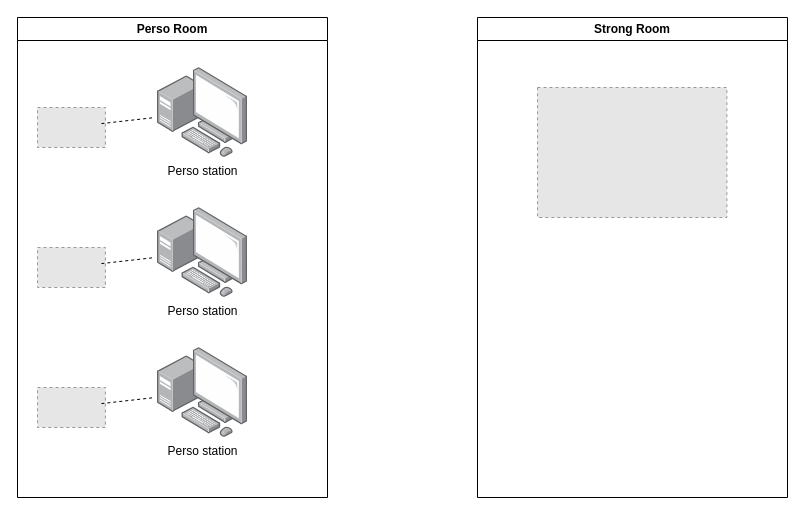
Above: page "perso card" (2 of 2) of แบบแผนที่ยังไม่ได้ตั้งชื่อ.drawio in delphihero/MyDocument (draw.io), before the change. Source tidied: cells renumbered, new cells numbered last; positions are measured from the earlier drawing's top-left corner, leaving out a move shared by most shapes. Both pictures are drawn from the tidied source at 100%, with x=0, y=0 at pixel (17, 17). Pictures stored in the file or linked from it are replaced by grey dashed boxes.
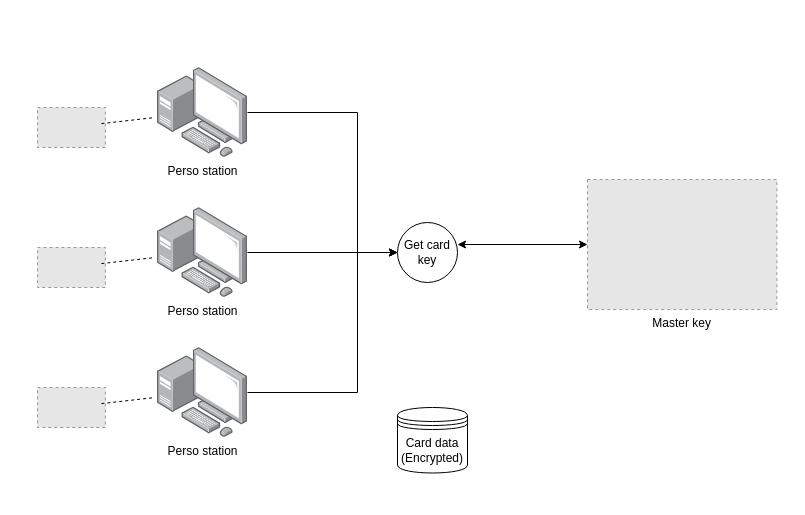
Above is the later version.

Unchanged cells that the change refers to:
```xml
<mxCell id="3" value="Perso station" style="points=[];html=1;align=center;shadow=0;dashed=0;image;image=img/lib/allied_telesis/computer_and_terminals/Personal_Computer_with_Server.svg;strokeColor=#3333FF;fillColor=#99FF99;" parent="2" vertex="1">
  <mxGeometry x="120" width="90" height="90" as="geometry" />
</mxCell>
<mxCell id="7" value="Perso station" style="points=[];html=1;align=center;shadow=0;dashed=0;image;image=img/lib/allied_telesis/computer_and_terminals/Personal_Computer_with_Server.svg;strokeColor=#3333FF;fillColor=#99FF99;" parent="6" vertex="1">
  <mxGeometry x="120" width="90" height="90" as="geometry" />
</mxCell>
<mxCell id="11" value="Perso station" style="points=[];html=1;align=center;shadow=0;dashed=0;image;image=img/lib/allied_telesis/computer_and_terminals/Personal_Computer_with_Server.svg;strokeColor=#3333FF;fillColor=#99FF99;" parent="10" vertex="1">
  <mxGeometry x="120" width="90" height="90" as="geometry" />
</mxCell>
```

Diff of the diagram source:
```diff
@@
-    <mxCell id="14" value="Strong Room" style="swimlane;whiteSpace=wrap;html=1;" parent="1" vertex="1">
-      <mxGeometry x="460" width="310" height="480" as="geometry" />
-    </mxCell>
+    <mxCell id="17" style="edgeStyle=orthogonalEdgeStyle;rounded=0;jettySize=auto;html=1;entryX=0;entryY=0.5;entryDx=0;entryDy=0;" parent="1" edge="1" source="3" target="18">
+      <mxGeometry relative="1" as="geometry">
+        <Array as="points">
+          <mxPoint x="340" y="95" />
+          <mxPoint x="340" y="235" />
+        </Array>
+      </mxGeometry>
+    </mxCell>
+    <mxCell id="18" value="&lt;div&gt;Get card key&lt;br&gt;&lt;/div&gt;" style="ellipse;whiteSpace=wrap;html=1;" parent="1" vertex="1">
+      <mxGeometry x="380" y="205" width="60" height="60" as="geometry" />
+    </mxCell>
+    <mxCell id="19" style="edgeStyle=orthogonalEdgeStyle;rounded=0;jettySize=auto;html=1;entryX=0;entryY=0.5;entryDx=0;entryDy=0;" parent="1" edge="1" source="7" target="18">
+      <mxGeometry relative="1" as="geometry" />
+    </mxCell>
+    <mxCell id="20" style="edgeStyle=orthogonalEdgeStyle;rounded=0;jettySize=auto;html=1;entryX=0;entryY=0.5;entryDx=0;entryDy=0;" parent="1" edge="1" source="11" target="18">
+      <mxGeometry relative="1" as="geometry">
+        <Array as="points">
+          <mxPoint x="340" y="375" />
+          <mxPoint x="340" y="235" />
+        </Array>
+      </mxGeometry>
+    </mxCell>
-    <mxCell id="15" style="fillColor=#E6E6E6;strokeColor=#999999;dashed=1;verticalLabelPosition=bottom;labelBackgroundColor=default;verticalAlign=top;" parent="14" vertex="1">
-      <mxGeometry x="60" y="70" width="189.4" height="130" as="geometry" />
+    <mxCell id="15" value="Master key" style="fillColor=#E6E6E6;strokeColor=#999999;dashed=1;verticalLabelPosition=bottom;labelBackgroundColor=default;verticalAlign=top;" parent="1" vertex="1">
+      <mxGeometry x="570" y="162" width="189.4" height="130" as="geometry" />
     </mxCell>
-    <mxCell id="16" value="Perso Room" style="swimlane;whiteSpace=wrap;html=1;" parent="1" vertex="1">
-      <mxGeometry width="310" height="480" as="geometry" />
-    </mxCell>
+    <mxCell id="21" value="&lt;div&gt;Card data&lt;/div&gt;&lt;div&gt;(Encrypted)&lt;br&gt;&lt;/div&gt;" style="shape=datastore;whiteSpace=wrap;html=1;fillColor=none;" parent="1" vertex="1">
+      <mxGeometry x="380" y="390" width="70" height="65.5" as="geometry" />
+    </mxCell>
+    <mxCell id="22" style="endArrow=classic;startArrow=classic;html=1;rounded=0;exitX=1;exitY=0.367;exitDx=0;exitDy=0;exitPerimeter=0;entryX=0;entryY=0.5;entryDx=0;entryDy=0;" parent="1" edge="1" source="18" target="15">
+      <mxGeometry relative="1" as="geometry" />
+    </mxCell>
```
